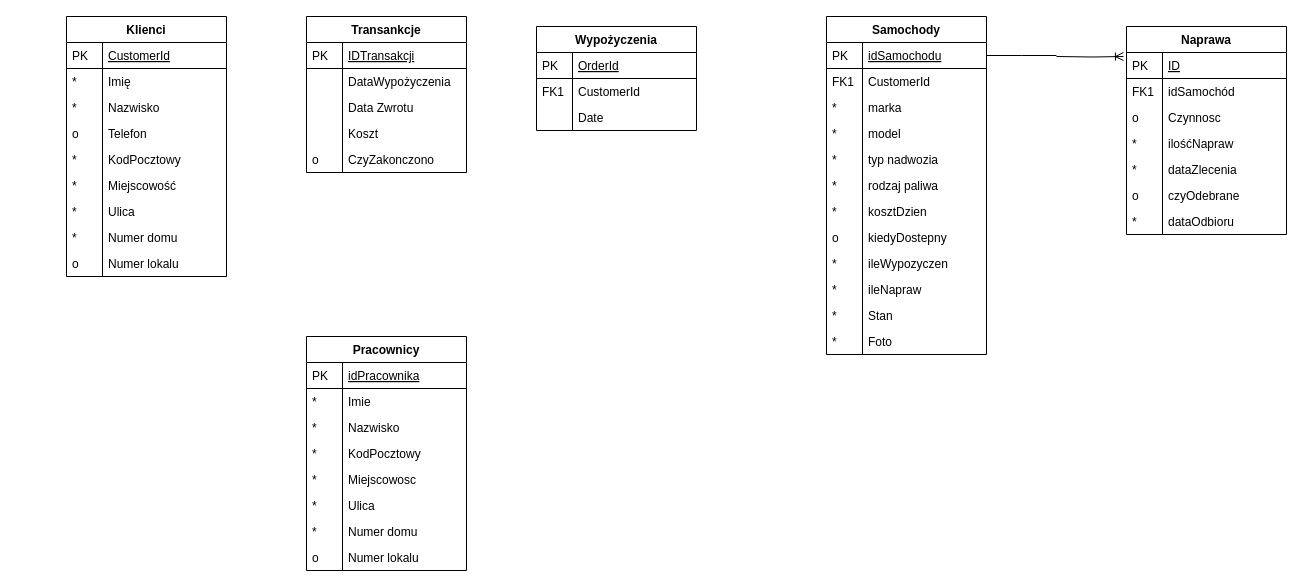
Earlier version of the draw.io diagram Untitled Diagram.drawio (Moluk34/Studia). Source tidied: cells renumbered, new cells numbered last; positions are measured from the earlier drawing's top-left corner, leaving out a move shared by most shapes. Both pictures are drawn from the tidied source at 100%, with x=0, y=0 at pixel (66, 16).
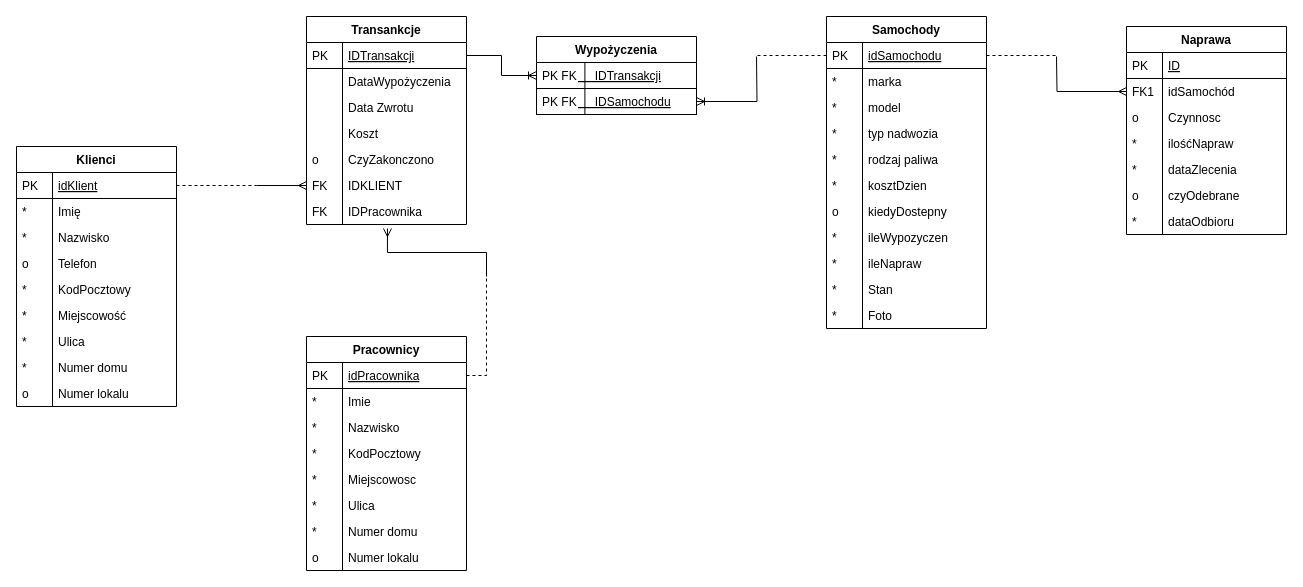
The same page after the edit.

Unchanged cells that the change refers to:
```xml
<mxCell id="22" value="IDTransakcji" style="shape=partialRectangle;top=0;left=0;right=0;bottom=1;align=left;verticalAlign=top;fillColor=none;spacingLeft=40;spacingRight=4;overflow=hidden;points=[[0,0.5],[1,0.5]];portConstraint=eastwest;rounded=0;shadow=0;strokeWidth=1;fontStyle=4;" parent="21" vertex="1">
  <mxGeometry y="26" width="160" height="26" as="geometry" />
</mxCell>
<mxCell id="33" value="idPracownika" style="shape=partialRectangle;top=0;left=0;right=0;bottom=1;align=left;verticalAlign=top;fillColor=none;spacingLeft=40;spacingRight=4;overflow=hidden;points=[[0,0.5],[1,0.5]];portConstraint=eastwest;rounded=0;shadow=0;strokeWidth=1;fontStyle=4;" parent="32" vertex="1">
  <mxGeometry y="26" width="160" height="26" as="geometry" />
</mxCell>
<mxCell id="57" value="idSamochodu" style="shape=partialRectangle;top=0;left=0;right=0;bottom=1;align=left;verticalAlign=top;fillColor=none;spacingLeft=40;spacingRight=4;overflow=hidden;points=[[0,0.5],[1,0.5]];portConstraint=eastwest;rounded=0;shadow=0;strokeWidth=1;fontStyle=4;" parent="56" vertex="1">
  <mxGeometry y="26" width="160" height="26" as="geometry" />
</mxCell>
<mxCell id="82" value="ID" style="shape=partialRectangle;top=0;left=0;right=0;bottom=1;align=left;verticalAlign=top;fillColor=none;spacingLeft=40;spacingRight=4;overflow=hidden;points=[[0,0.5],[1,0.5]];portConstraint=eastwest;rounded=0;shadow=0;strokeWidth=1;fontStyle=4;" parent="81" vertex="1">
  <mxGeometry y="26" width="160" height="26" as="geometry" />
</mxCell>
<mxCell id="84" value="idSamochód" style="shape=partialRectangle;top=0;left=0;right=0;bottom=0;align=left;verticalAlign=top;fillColor=none;spacingLeft=40;spacingRight=4;overflow=hidden;points=[[0,0.5],[1,0.5]];portConstraint=eastwest;rounded=0;shadow=0;strokeWidth=1;" parent="81" vertex="1">
  <mxGeometry y="52" width="160" height="26" as="geometry" />
</mxCell>
```

Change to the diagram source:
```diff
@@
     <mxCell id="2" value="Klienci" style="swimlane;fontStyle=1;horizontal=1;startSize=26;rounded=0;shadow=0;strokeWidth=1;" parent="1" vertex="1">
-      <mxGeometry width="160" height="260" as="geometry" />
+      <mxGeometry x="-50" y="130" width="160" height="260" as="geometry" />
     </mxCell>
-    <mxCell id="3" value="CustomerId" style="shape=partialRectangle;top=0;left=0;right=0;bottom=1;align=left;verticalAlign=top;fillColor=none;spacingLeft=40;spacingRight=4;overflow=hidden;points=[[0,0.5],[1,0.5]];portConstraint=eastwest;rounded=0;shadow=0;strokeWidth=1;fontStyle=4;" parent="2" vertex="1">
+    <mxCell id="3" value="idKlient" style="shape=partialRectangle;top=0;left=0;right=0;bottom=1;align=left;verticalAlign=top;fillColor=none;spacingLeft=40;spacingRight=4;overflow=hidden;points=[[0,0.5],[1,0.5]];portConstraint=eastwest;rounded=0;shadow=0;strokeWidth=1;fontStyle=4;" parent="2" vertex="1">
       <mxGeometry y="26" width="160" height="26" as="geometry" />
     </mxCell>
@@
     <mxCell id="21" value="Transankcje" style="swimlane;fontStyle=1;horizontal=1;startSize=26;rounded=0;shadow=0;strokeWidth=1;" parent="1" vertex="1">
-      <mxGeometry x="240" width="160" height="156" as="geometry" />
+      <mxGeometry x="240" width="160" height="208" as="geometry" />
     </mxCell>
@@
+    <mxCell id="98" value="IDKLIENT" style="shape=partialRectangle;top=0;left=0;right=0;bottom=0;align=left;verticalAlign=top;fillColor=none;spacingLeft=40;spacingRight=4;overflow=hidden;points=[[0,0.5],[1,0.5]];portConstraint=eastwest;rounded=0;shadow=0;strokeWidth=1;" parent="21" vertex="1">
+      <mxGeometry y="156" width="160" height="26" as="geometry" />
+    </mxCell>
+    <mxCell id="99" value="FK" style="shape=partialRectangle;top=0;left=0;bottom=0;fillColor=none;align=left;verticalAlign=top;spacingLeft=4;spacingRight=4;overflow=hidden;" parent="98" vertex="1">
+      <mxGeometry width="36" height="26" as="geometry" />
+    </mxCell>
+    <mxCell id="100" value="IDPracownika" style="shape=partialRectangle;top=0;left=0;right=0;bottom=0;align=left;verticalAlign=top;fillColor=none;spacingLeft=40;spacingRight=4;overflow=hidden;points=[[0,0.5],[1,0.5]];portConstraint=eastwest;rounded=0;shadow=0;strokeWidth=1;" parent="21" vertex="1">
+      <mxGeometry y="182" width="160" height="26" as="geometry" />
+    </mxCell>
+    <mxCell id="101" value="FK" style="shape=partialRectangle;top=0;left=0;bottom=0;fillColor=none;align=left;verticalAlign=top;spacingLeft=4;spacingRight=4;overflow=hidden;" parent="100" vertex="1">
+      <mxGeometry width="36" height="26" as="geometry" />
+    </mxCell>
+    <mxCell id="102" style="edgeStyle=orthogonalEdgeStyle;rounded=0;jettySize=auto;html=1;exitX=1;exitY=0.5;exitDx=0;exitDy=0;dashed=1;startArrow=none;startFill=0;endArrow=none;endFill=0;" parent="1" edge="1" source="33">
+      <mxGeometry relative="1" as="geometry">
+        <mxPoint x="420" y="260" as="targetPoint" />
+        <Array as="points">
+          <mxPoint x="420" y="359" />
+          <mxPoint x="420" y="260" />
+        </Array>
+      </mxGeometry>
+    </mxCell>
@@
+    <mxCell id="103" style="edgeStyle=orthogonalEdgeStyle;rounded=0;jettySize=auto;html=1;exitX=1;exitY=0.5;exitDx=0;exitDy=0;startArrow=ERoneToMany;startFill=0;endArrow=none;endFill=0;" parent="1" edge="1" source="105">
+      <mxGeometry relative="1" as="geometry">
+        <mxPoint x="690" y="40" as="targetPoint" />
+      </mxGeometry>
+    </mxCell>
+    <mxCell id="104" style="edgeStyle=orthogonalEdgeStyle;rounded=0;jettySize=auto;html=1;exitX=0;exitY=0.5;exitDx=0;exitDy=0;startArrow=ERoneToMany;startFill=0;endArrow=none;endFill=0;entryX=1;entryY=0.5;entryDx=0;entryDy=0;" parent="1" edge="1" source="50" target="22">
+      <mxGeometry relative="1" as="geometry" />
+    </mxCell>
     <mxCell id="49" value="Wypożyczenia" style="swimlane;fontStyle=1;horizontal=1;startSize=26;rounded=0;shadow=0;strokeWidth=1;" parent="1" vertex="1">
-      <mxGeometry x="470" y="10" width="160" height="104" as="geometry" />
+      <mxGeometry x="470" y="20" width="160" height="78" as="geometry" />
     </mxCell>
-    <mxCell id="50" value="OrderId" style="shape=partialRectangle;top=0;left=0;right=0;bottom=1;align=left;verticalAlign=top;fillColor=none;spacingLeft=40;spacingRight=4;overflow=hidden;points=[[0,0.5],[1,0.5]];portConstraint=eastwest;rounded=0;shadow=0;strokeWidth=1;fontStyle=4;" parent="49" vertex="1">
+    <mxCell id="50" value="     IDTransakcji" style="shape=partialRectangle;top=0;left=0;right=0;bottom=1;align=left;verticalAlign=top;fillColor=none;spacingLeft=40;spacingRight=4;overflow=hidden;points=[[0,0.5],[1,0.5]];portConstraint=eastwest;rounded=0;shadow=0;strokeWidth=1;fontStyle=4;" parent="49" vertex="1">
       <mxGeometry y="26" width="160" height="26" as="geometry" />
     </mxCell>
-    <mxCell id="51" value="PK" style="shape=partialRectangle;top=0;left=0;bottom=0;fillColor=none;align=left;verticalAlign=top;spacingLeft=4;spacingRight=4;overflow=hidden;" parent="50" vertex="1">
-      <mxGeometry width="36" height="26" as="geometry" />
+    <mxCell id="51" value="PK FK" style="shape=partialRectangle;top=0;left=0;bottom=0;fillColor=none;align=left;verticalAlign=top;spacingLeft=4;spacingRight=4;overflow=hidden;" parent="50" vertex="1">
+      <mxGeometry width="48.4" height="26" as="geometry" />
     </mxCell>
-    <mxCell id="52" value="CustomerId" style="shape=partialRectangle;top=0;left=0;right=0;bottom=0;align=left;verticalAlign=top;fillColor=none;spacingLeft=40;spacingRight=4;overflow=hidden;rounded=0;shadow=0;strokeWidth=1;" parent="49" vertex="1">
-      <mxGeometry y="52" width="160" height="26" as="geometry" />
-    </mxCell>
-    <mxCell id="53" value="FK1" style="shape=partialRectangle;top=0;left=0;bottom=0;fillColor=none;align=left;verticalAlign=top;spacingLeft=4;spacingRight=4;overflow=hidden;" parent="52" vertex="1">
-      <mxGeometry width="36" height="26" as="geometry" />
-    </mxCell>
-    <mxCell id="54" value="Date" style="shape=partialRectangle;top=0;left=0;right=0;bottom=0;align=left;verticalAlign=top;fillColor=none;spacingLeft=40;spacingRight=4;overflow=hidden;rounded=0;shadow=0;strokeWidth=1;" parent="49" vertex="1">
-      <mxGeometry y="78" width="160" height="26" as="geometry" />
-    </mxCell>
-    <mxCell id="55" style="shape=partialRectangle;top=0;left=0;bottom=0;fillColor=none;align=left;verticalAlign=top;spacingLeft=4;spacingRight=4;overflow=hidden;" parent="54" vertex="1">
-      <mxGeometry width="36" height="26" as="geometry" />
-    </mxCell>
+    <mxCell id="105" value="     IDSamochodu" style="shape=partialRectangle;top=0;left=0;right=0;bottom=1;align=left;verticalAlign=top;fillColor=none;spacingLeft=40;spacingRight=4;overflow=hidden;points=[[0,0.5],[1,0.5]];portConstraint=eastwest;rounded=0;shadow=0;strokeWidth=1;fontStyle=4;" parent="49" vertex="1">
+      <mxGeometry y="52" width="160" height="26" as="geometry" />
+    </mxCell>
+    <mxCell id="106" value="PK FK" style="shape=partialRectangle;top=0;left=0;bottom=0;fillColor=none;align=left;verticalAlign=top;spacingLeft=4;spacingRight=4;overflow=hidden;" parent="105" vertex="1">
+      <mxGeometry width="48.4" height="26" as="geometry" />
+    </mxCell>
     <mxCell id="56" value="Samochody" style="swimlane;fontStyle=1;horizontal=1;startSize=26;rounded=0;shadow=0;strokeWidth=1;" parent="1" vertex="1">
-      <mxGeometry x="760" width="160" height="338" as="geometry" />
+      <mxGeometry x="760" width="160" height="312" as="geometry" />
     </mxCell>
@@
-    <mxCell id="59" value="CustomerId" style="shape=partialRectangle;top=0;left=0;right=0;bottom=0;align=left;verticalAlign=top;fillColor=none;spacingLeft=40;spacingRight=4;overflow=hidden;rounded=0;shadow=0;strokeWidth=1;" parent="56" vertex="1">
-      <mxGeometry y="52" width="160" height="26" as="geometry" />
-    </mxCell>
-    <mxCell id="60" value="FK1" style="shape=partialRectangle;top=0;left=0;bottom=0;fillColor=none;align=left;verticalAlign=top;spacingLeft=4;spacingRight=4;overflow=hidden;" parent="59" vertex="1">
-      <mxGeometry width="36" height="26" as="geometry" />
-    </mxCell>
     <mxCell id="61" value="marka&#10;" style="shape=partialRectangle;top=0;left=0;right=0;bottom=0;align=left;verticalAlign=top;fillColor=none;spacingLeft=40;spacingRight=4;overflow=hidden;rounded=0;shadow=0;strokeWidth=1;" parent="56" vertex="1">
-      <mxGeometry y="78" width="160" height="26" as="geometry" />
+      <mxGeometry y="52" width="160" height="26" as="geometry" />
     </mxCell>
@@
     <mxCell id="63" value="model" style="shape=partialRectangle;top=0;left=0;right=0;bottom=0;align=left;verticalAlign=top;fillColor=none;spacingLeft=40;spacingRight=4;overflow=hidden;rounded=0;shadow=0;strokeWidth=1;" parent="56" vertex="1">
-      <mxGeometry y="104" width="160" height="26" as="geometry" />
+      <mxGeometry y="78" width="160" height="26" as="geometry" />
     </mxCell>
@@
     <mxCell id="65" value="typ nadwozia" style="shape=partialRectangle;top=0;left=0;right=0;bottom=0;align=left;verticalAlign=top;fillColor=none;spacingLeft=40;spacingRight=4;overflow=hidden;rounded=0;shadow=0;strokeWidth=1;" parent="56" vertex="1">
-      <mxGeometry y="130" width="160" height="26" as="geometry" />
+      <mxGeometry y="104" width="160" height="26" as="geometry" />
     </mxCell>
@@
     <mxCell id="67" value="rodzaj paliwa" style="shape=partialRectangle;top=0;left=0;right=0;bottom=0;align=left;verticalAlign=top;fillColor=none;spacingLeft=40;spacingRight=4;overflow=hidden;rounded=0;shadow=0;strokeWidth=1;" parent="56" vertex="1">
-      <mxGeometry y="156" width="160" height="26" as="geometry" />
+      <mxGeometry y="130" width="160" height="26" as="geometry" />
     </mxCell>
@@
     <mxCell id="69" value="kosztDzien" style="shape=partialRectangle;top=0;left=0;right=0;bottom=0;align=left;verticalAlign=top;fillColor=none;spacingLeft=40;spacingRight=4;overflow=hidden;rounded=0;shadow=0;strokeWidth=1;" parent="56" vertex="1">
-      <mxGeometry y="182" width="160" height="26" as="geometry" />
+      <mxGeometry y="156" width="160" height="26" as="geometry" />
     </mxCell>
@@
     <mxCell id="71" value="kiedyDostepny&#10;" style="shape=partialRectangle;top=0;left=0;right=0;bottom=0;align=left;verticalAlign=top;fillColor=none;spacingLeft=40;spacingRight=4;overflow=hidden;rounded=0;shadow=0;strokeWidth=1;" parent="56" vertex="1">
-      <mxGeometry y="208" width="160" height="26" as="geometry" />
+      <mxGeometry y="182" width="160" height="26" as="geometry" />
     </mxCell>
@@
     <mxCell id="73" value="ileWypozyczen" style="shape=partialRectangle;top=0;left=0;right=0;bottom=0;align=left;verticalAlign=top;fillColor=none;spacingLeft=40;spacingRight=4;overflow=hidden;rounded=0;shadow=0;strokeWidth=1;" parent="56" vertex="1">
-      <mxGeometry y="234" width="160" height="26" as="geometry" />
+      <mxGeometry y="208" width="160" height="26" as="geometry" />
     </mxCell>
@@
     <mxCell id="75" value="ileNapraw" style="shape=partialRectangle;top=0;left=0;right=0;bottom=0;align=left;verticalAlign=top;fillColor=none;spacingLeft=40;spacingRight=4;overflow=hidden;rounded=0;shadow=0;strokeWidth=1;" parent="56" vertex="1">
-      <mxGeometry y="260" width="160" height="26" as="geometry" />
+      <mxGeometry y="234" width="160" height="26" as="geometry" />
     </mxCell>
@@
     <mxCell id="77" value="Stan" style="shape=partialRectangle;top=0;left=0;right=0;bottom=0;align=left;verticalAlign=top;fillColor=none;spacingLeft=40;spacingRight=4;overflow=hidden;rounded=0;shadow=0;strokeWidth=1;" parent="56" vertex="1">
-      <mxGeometry y="286" width="160" height="26" as="geometry" />
+      <mxGeometry y="260" width="160" height="26" as="geometry" />
     </mxCell>
@@
     <mxCell id="79" value="Foto" style="shape=partialRectangle;top=0;left=0;right=0;bottom=0;align=left;verticalAlign=top;fillColor=none;spacingLeft=40;spacingRight=4;overflow=hidden;rounded=0;shadow=0;strokeWidth=1;" parent="56" vertex="1">
-      <mxGeometry y="312" width="160" height="26" as="geometry" />
+      <mxGeometry y="286" width="160" height="26" as="geometry" />
     </mxCell>
@@
-    <mxCell id="96" style="edgeStyle=orthogonalEdgeStyle;rounded=0;jettySize=auto;html=1;entryX=-0.019;entryY=0.154;entryDx=0;entryDy=0;entryPerimeter=0;endArrow=ERoneToMany;endFill=0;" parent="1" edge="1" target="82">
+    <mxCell id="96" style="edgeStyle=orthogonalEdgeStyle;rounded=0;jettySize=auto;html=1;endArrow=ERmany;endFill=0;" parent="1" edge="1" target="84">
       <mxGeometry relative="1" as="geometry">
         <mxPoint x="990" y="40" as="sourcePoint" />
       </mxGeometry>
     </mxCell>
-    <mxCell id="97" style="edgeStyle=orthogonalEdgeStyle;rounded=0;jettySize=auto;html=1;exitX=1;exitY=0.5;exitDx=0;exitDy=0;endArrow=none;endFill=0;" parent="1" edge="1" source="57">
-      <mxGeometry relative="1" as="geometry">
-        <mxPoint x="990" y="39" as="targetPoint" />
-      </mxGeometry>
-    </mxCell>
+    <mxCell id="107" style="edgeStyle=orthogonalEdgeStyle;rounded=0;jettySize=auto;html=1;exitX=0;exitY=0.5;exitDx=0;exitDy=0;endArrow=none;endFill=0;startArrow=ERmany;startFill=0;" parent="1" edge="1" source="98">
+      <mxGeometry relative="1" as="geometry">
+        <mxPoint x="190" y="169" as="targetPoint" />
+      </mxGeometry>
+    </mxCell>
+    <mxCell id="108" style="edgeStyle=orthogonalEdgeStyle;rounded=0;jettySize=auto;html=1;exitX=1;exitY=0.5;exitDx=0;exitDy=0;startArrow=none;startFill=0;endArrow=none;endFill=0;dashed=1;" parent="1" edge="1" source="57">
+      <mxGeometry relative="1" as="geometry">
+        <mxPoint x="990" y="39" as="targetPoint" />
+      </mxGeometry>
+    </mxCell>
+    <mxCell id="109" style="edgeStyle=orthogonalEdgeStyle;rounded=0;jettySize=auto;html=1;exitX=0;exitY=0.5;exitDx=0;exitDy=0;startArrow=none;startFill=0;endArrow=none;endFill=0;dashed=1;" parent="1" edge="1" source="57">
+      <mxGeometry relative="1" as="geometry">
+        <mxPoint x="690" y="39" as="targetPoint" />
+      </mxGeometry>
+    </mxCell>
+    <mxCell id="110" style="edgeStyle=orthogonalEdgeStyle;rounded=0;jettySize=auto;html=1;exitX=1;exitY=0.5;exitDx=0;exitDy=0;startArrow=none;startFill=0;endArrow=none;endFill=0;dashed=1;" parent="1" edge="1" source="3">
+      <mxGeometry relative="1" as="geometry">
+        <mxPoint x="190" y="169" as="targetPoint" />
+      </mxGeometry>
+    </mxCell>
+    <mxCell id="111" style="endArrow=ERmany;html=1;rounded=0;entryX=0.506;entryY=1.154;entryDx=0;entryDy=0;entryPerimeter=0;endFill=0;edgeStyle=elbowEdgeStyle;elbow=vertical;" parent="1" edge="1" target="100">
+      <mxGeometry relative="1" as="geometry">
+        <mxPoint x="420" y="260" as="sourcePoint" />
+      </mxGeometry>
+    </mxCell>
```
